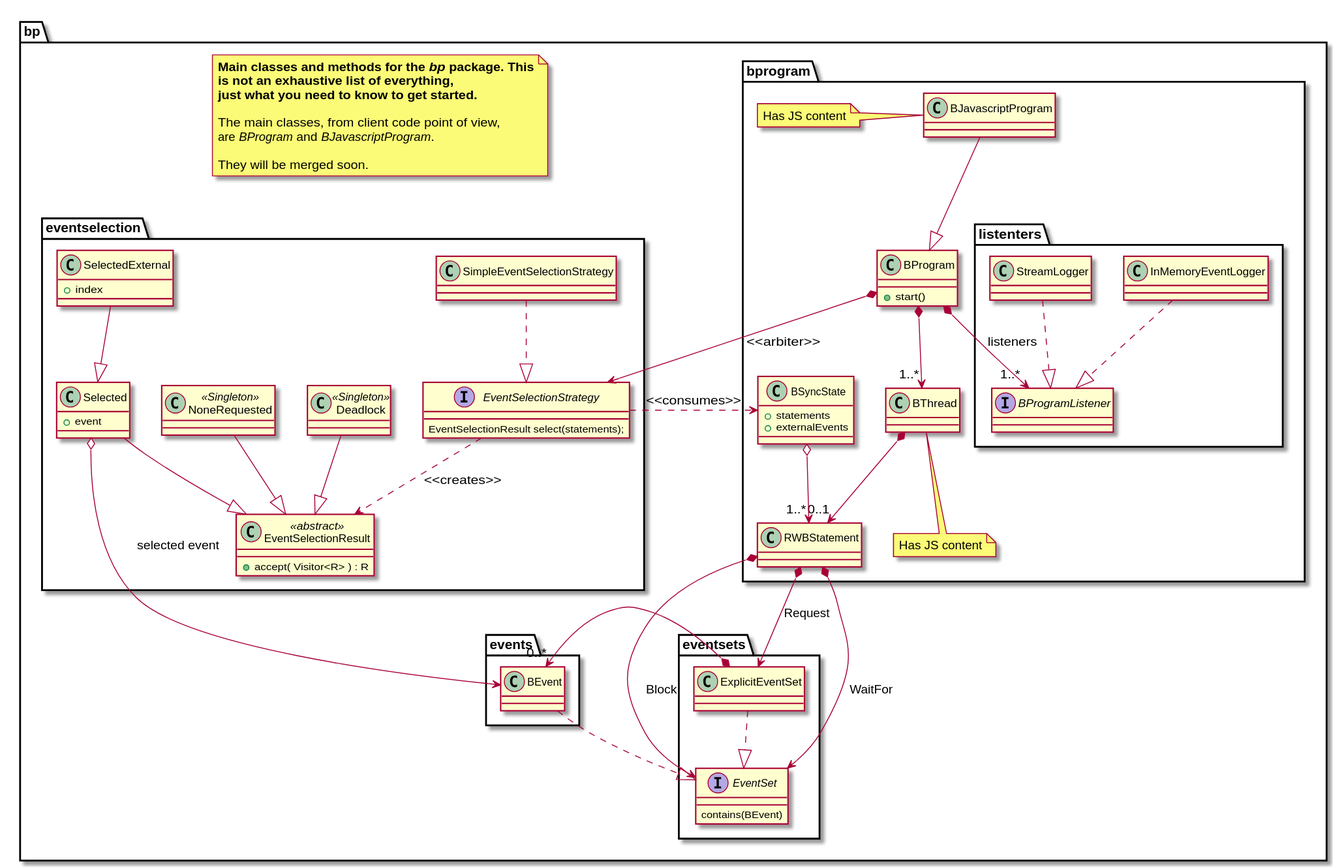
Above: BP-javascript/DOCS/classes.svg in michbarsinai/BP-javascript-search (PlantUML), before the change. Its source is kept beside it as BP-javascript/DOCS/classes.puml.
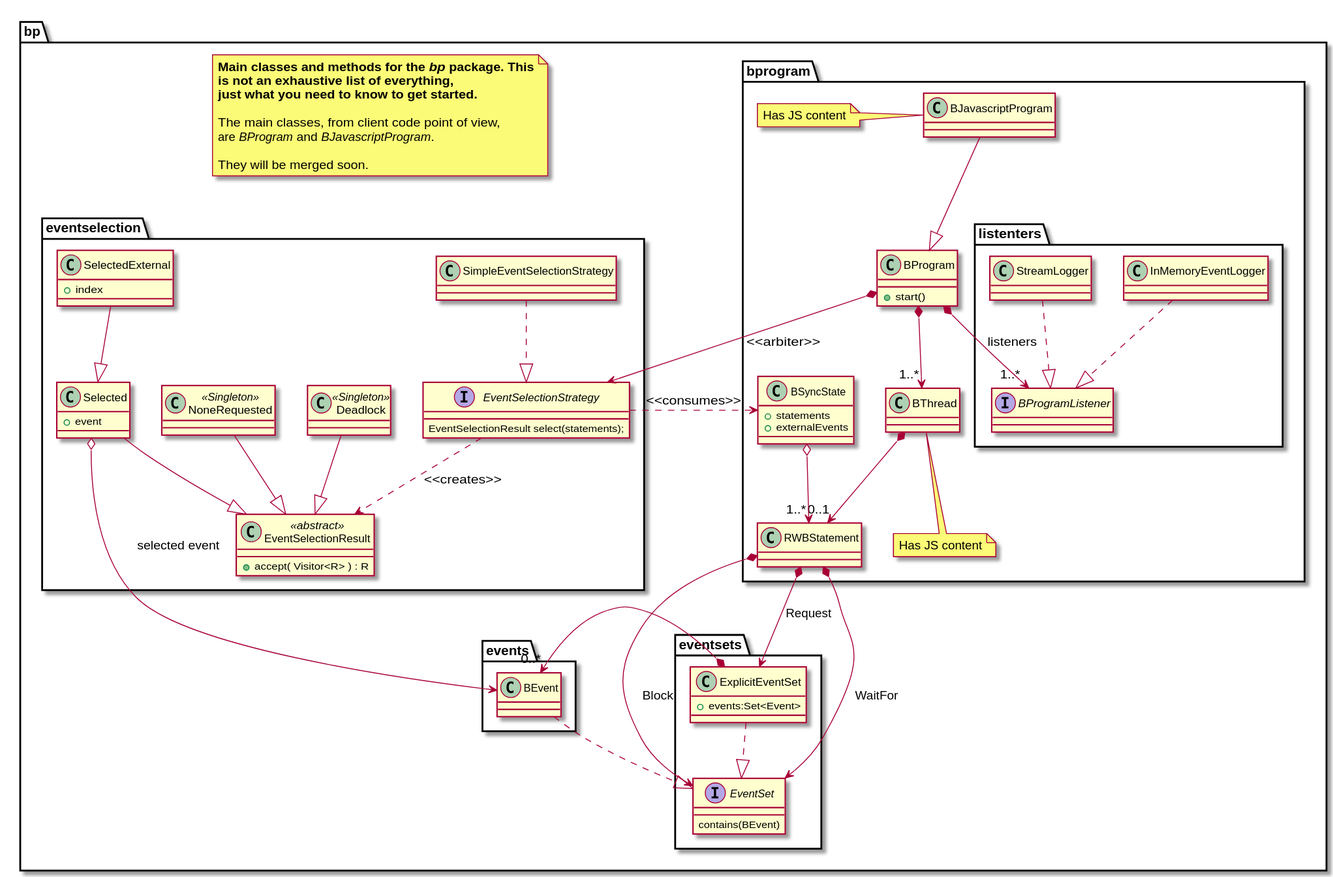
The same file after the commit.

The edit, as a diff of the source:
```diff
@@ -51,7 +51,9 @@
   interface EventSet {
     contains(BEvent)
   }
-  class ExplicitEventSet
+  class ExplicitEventSet {
+    + events:Set<Event>
+  }
 
   ExplicitEventSet ..|> EventSet
   ExplicitEventSet *--> "0..*" BEvent
```
